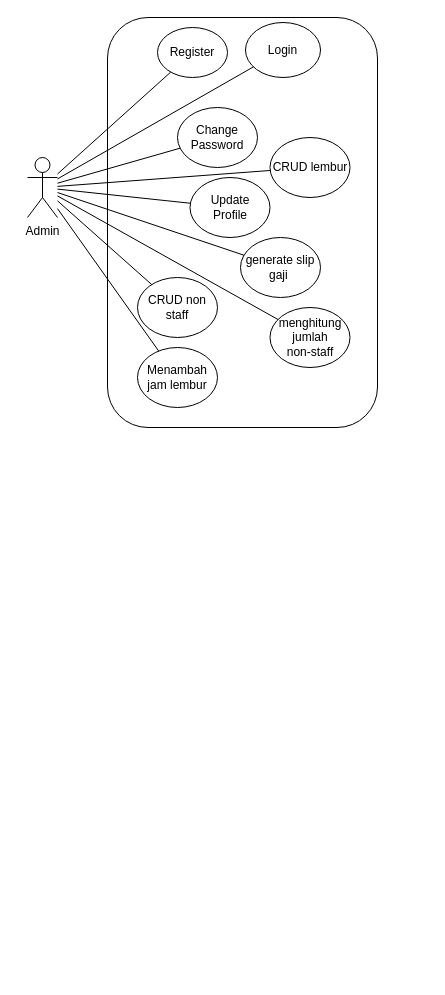
Above: Untitled Diagram.drawio in SemmiDev/belajar-fiber (draw.io), before the change. Source tidied: cells renumbered, new cells numbered last; positions are measured from the earlier drawing's top-left corner, leaving out a move shared by most shapes. Both pictures are drawn from the tidied source at 100%, with x=0, y=0 at pixel (27, 17).
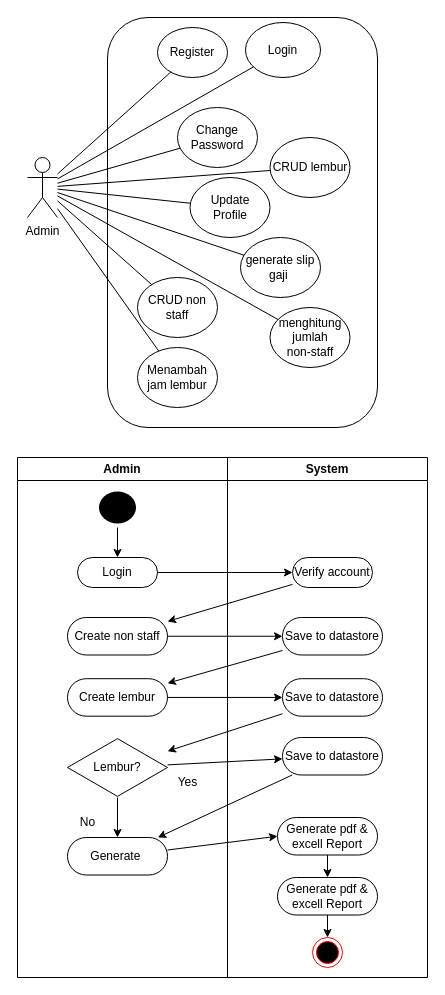
The same diagram, later.

Diff of the diagram source:
```diff
@@
+    <mxCell id="22" value="Admin" style="swimlane;whiteSpace=wrap;html=1;" parent="1" vertex="1">
+      <mxGeometry x="-10" y="440" width="210" height="520" as="geometry" />
+    </mxCell>
+    <mxCell id="23" style="edgeStyle=none;rounded=0;jettySize=auto;html=1;fontColor=none;" parent="22" edge="1" source="24" target="25">
+      <mxGeometry relative="1" as="geometry" />
+    </mxCell>
+    <mxCell id="24" style="ellipse;html=1;shape=endState;fillColor=#000000;strokeColor=none;" parent="22" vertex="1">
+      <mxGeometry x="77.5" y="30" width="45" height="40" as="geometry" />
+    </mxCell>
+    <mxCell id="25" value="Login" style="rounded=1;whiteSpace=wrap;html=1;arcSize=50;" parent="22" vertex="1">
+      <mxGeometry x="60" y="100" width="80" height="30" as="geometry" />
+    </mxCell>
+    <mxCell id="26" value="Create non staff" style="rounded=1;whiteSpace=wrap;html=1;arcSize=50;" parent="22" vertex="1">
+      <mxGeometry x="50" y="160" width="100" height="37.5" as="geometry" />
+    </mxCell>
+    <mxCell id="27" value="Create lembur" style="rounded=1;whiteSpace=wrap;html=1;arcSize=50;" parent="22" vertex="1">
+      <mxGeometry x="50" y="221.2" width="100" height="37.5" as="geometry" />
+    </mxCell>
+    <mxCell id="28" style="edgeStyle=none;rounded=0;jettySize=auto;html=1;fontColor=none;" parent="22" edge="1" source="29" target="31">
+      <mxGeometry relative="1" as="geometry" />
+    </mxCell>
+    <mxCell id="29" value="Lembur?" style="html=1;whiteSpace=wrap;shape=isoRectangle;fontColor=none;" parent="22" vertex="1">
+      <mxGeometry x="50" y="280" width="100" height="60" as="geometry" />
+    </mxCell>
+    <mxCell id="30" value="Yes" style="text;html=1;align=center;verticalAlign=middle;strokeColor=none;fillColor=none;fontColor=none;" parent="22" vertex="1">
+      <mxGeometry x="150" y="310" width="40" height="30" as="geometry" />
+    </mxCell>
+    <mxCell id="31" value="Generate&amp;nbsp;" style="rounded=1;whiteSpace=wrap;html=1;arcSize=50;" parent="22" vertex="1">
+      <mxGeometry x="50" y="380" width="100" height="37.5" as="geometry" />
+    </mxCell>
+    <mxCell id="32" value="No" style="text;html=1;align=center;verticalAlign=middle;strokeColor=none;fillColor=none;fontColor=none;" parent="22" vertex="1">
+      <mxGeometry x="50" y="350" width="40" height="30" as="geometry" />
+    </mxCell>
+    <mxCell id="33" value="System" style="swimlane;whiteSpace=wrap;html=1;" parent="1" vertex="1">
+      <mxGeometry x="200" y="440" width="200" height="520" as="geometry" />
+    </mxCell>
+    <mxCell id="34" value="Verify account" style="rounded=1;whiteSpace=wrap;html=1;arcSize=50;" parent="33" vertex="1">
+      <mxGeometry x="65" y="100" width="80" height="30" as="geometry" />
+    </mxCell>
+    <mxCell id="35" value="Save to datastore" style="rounded=1;whiteSpace=wrap;html=1;arcSize=50;" parent="33" vertex="1">
+      <mxGeometry x="55" y="160" width="100" height="37.5" as="geometry" />
+    </mxCell>
+    <mxCell id="36" value="Save to datastore" style="rounded=1;whiteSpace=wrap;html=1;arcSize=50;" parent="33" vertex="1">
+      <mxGeometry x="55" y="221.2" width="100" height="37.5" as="geometry" />
+    </mxCell>
+    <mxCell id="37" value="Save to datastore" style="rounded=1;whiteSpace=wrap;html=1;arcSize=50;" parent="33" vertex="1">
+      <mxGeometry x="55" y="280" width="100" height="37.5" as="geometry" />
+    </mxCell>
+    <mxCell id="38" value="Generate pdf &amp;amp; excell Report" style="rounded=1;whiteSpace=wrap;html=1;arcSize=50;" parent="33" vertex="1">
+      <mxGeometry x="50" y="360" width="100" height="37.5" as="geometry" />
+    </mxCell>
+    <mxCell id="39" style="ellipse;html=1;shape=endState;fillColor=#000000;strokeColor=#ff0000;fontColor=none;" parent="33" vertex="1">
+      <mxGeometry x="85" y="480" width="30" height="30" as="geometry" />
+    </mxCell>
+    <mxCell id="40" style="edgeStyle=none;rounded=0;jettySize=auto;html=1;fontColor=none;" parent="33" edge="1" source="41" target="39">
+      <mxGeometry relative="1" as="geometry" />
+    </mxCell>
+    <mxCell id="41" value="Generate pdf &amp;amp; excell Report" style="rounded=1;whiteSpace=wrap;html=1;arcSize=50;" parent="33" vertex="1">
+      <mxGeometry x="50" y="420" width="100" height="37.5" as="geometry" />
+    </mxCell>
+    <mxCell id="42" style="edgeStyle=none;rounded=0;jettySize=auto;html=1;fontColor=none;" parent="33" edge="1" source="38" target="41">
+      <mxGeometry relative="1" as="geometry" />
+    </mxCell>
+    <mxCell id="43" style="edgeStyle=none;rounded=0;jettySize=auto;html=1;" parent="1" edge="1" source="25" target="34">
+      <mxGeometry relative="1" as="geometry" />
+    </mxCell>
+    <mxCell id="44" style="edgeStyle=none;rounded=0;jettySize=auto;html=1;" parent="1" edge="1" source="34" target="26">
+      <mxGeometry relative="1" as="geometry" />
+    </mxCell>
+    <mxCell id="45" style="edgeStyle=none;rounded=0;jettySize=auto;html=1;" parent="1" edge="1" source="26" target="35">
+      <mxGeometry relative="1" as="geometry" />
+    </mxCell>
+    <mxCell id="46" style="edgeStyle=none;rounded=0;jettySize=auto;html=1;fontColor=none;" parent="1" edge="1" source="35" target="27">
+      <mxGeometry relative="1" as="geometry" />
+    </mxCell>
+    <mxCell id="47" style="edgeStyle=none;rounded=0;jettySize=auto;html=1;fontColor=none;" parent="1" edge="1" source="27" target="36">
+      <mxGeometry relative="1" as="geometry" />
+    </mxCell>
+    <mxCell id="48" style="edgeStyle=none;rounded=0;jettySize=auto;html=1;fontColor=none;" parent="1" edge="1" source="29" target="37">
+      <mxGeometry relative="1" as="geometry" />
+    </mxCell>
+    <mxCell id="49" style="edgeStyle=none;rounded=0;jettySize=auto;html=1;entryX=0;entryY=0.5;entryDx=0;entryDy=0;fontColor=none;" parent="1" edge="1" source="31" target="38">
+      <mxGeometry relative="1" as="geometry" />
+    </mxCell>
+    <mxCell id="50" style="edgeStyle=none;rounded=0;jettySize=auto;html=1;fontColor=none;" parent="1" edge="1" source="37" target="31">
+      <mxGeometry relative="1" as="geometry" />
+    </mxCell>
+    <mxCell id="51" style="edgeStyle=none;rounded=0;jettySize=auto;html=1;fontColor=none;" parent="1" edge="1" source="36" target="29">
+      <mxGeometry relative="1" as="geometry" />
+    </mxCell>
```
